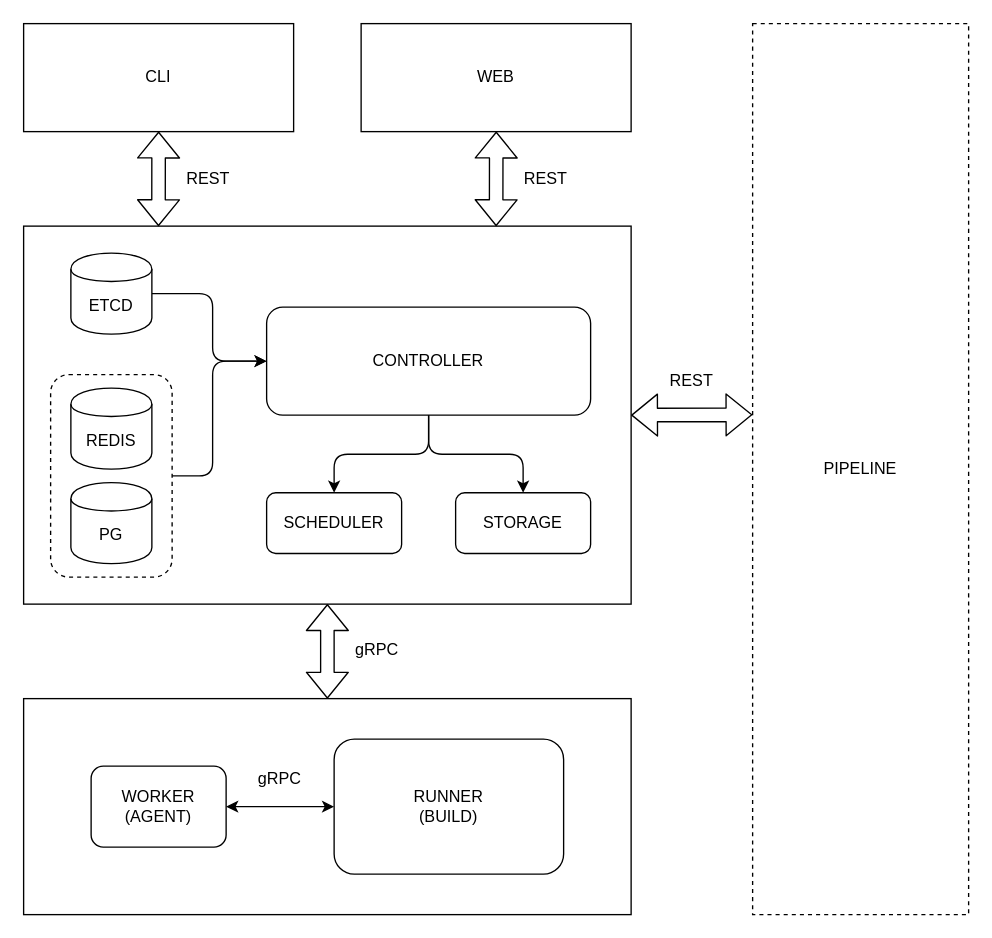
This is design.drawio from distbuild/manifest, a draw.io file, before an edit. Source tidied: cells renumbered, new cells numbered last; positions are measured from the earlier drawing's top-left corner, leaving out a move shared by most shapes. Both pictures are drawn from the tidied source at 135%, with x=0, y=0 at pixel (23, 23).
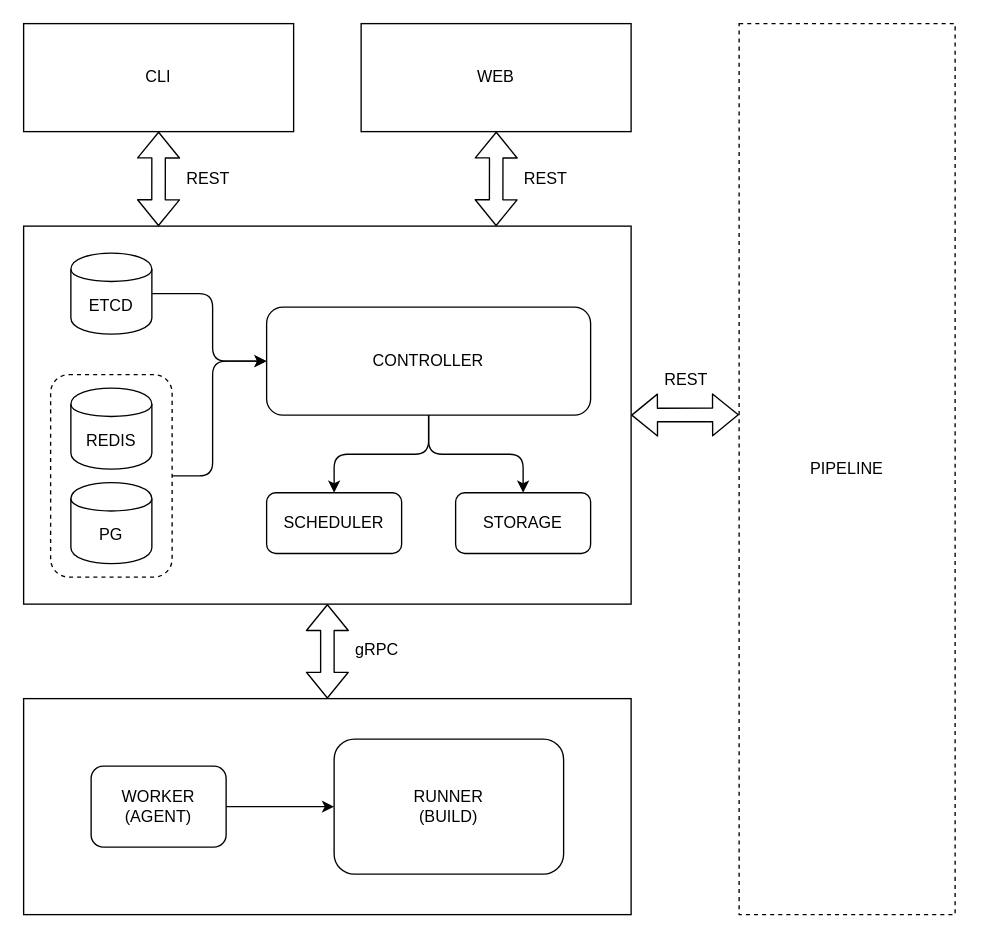
Above is the later version.

Unchanged cells that the change refers to:
```xml
<mxCell id="5" value="WORKER&lt;br&gt;(AGENT)" style="rounded=1;whiteSpace=wrap;html=1;" parent="1" vertex="1">
  <mxGeometry x="50" y="550" width="100" height="60" as="geometry" />
</mxCell>
<mxCell id="6" value="RUNNER&lt;br&gt;(BUILD)" style="rounded=1;whiteSpace=wrap;html=1;" parent="1" vertex="1">
  <mxGeometry x="230" y="530" width="170" height="100" as="geometry" />
</mxCell>
```

The edit, as a diff of the source:
```diff
@@
-    <mxCell id="11" style="endArrow=classic;startArrow=classic;html=1;entryX=0;entryY=0.5;entryDx=0;entryDy=0;exitX=1;exitY=0.5;exitDx=0;exitDy=0;" parent="1" edge="1" source="5" target="6">
-      <mxGeometry relative="1" as="geometry" />
-    </mxCell>
     <mxCell id="12" value="PIPELINE" style="rounded=0;whiteSpace=wrap;html=1;dashed=1;" parent="1" vertex="1">
-      <mxGeometry x="540" width="160" height="660" as="geometry" />
+      <mxGeometry x="530" width="160" height="660" as="geometry" />
     </mxCell>
@@
     <mxCell id="15" value="REST" style="text;html=1;strokeColor=none;fillColor=none;align=center;verticalAlign=middle;whiteSpace=wrap;rounded=0;" parent="1" vertex="1">
-      <mxGeometry x="475" y="255" width="40" height="20" as="geometry" />
+      <mxGeometry x="471" y="254" width="40" height="20" as="geometry" />
     </mxCell>
@@
-    <mxCell id="17" value="gRPC" style="text;html=1;strokeColor=none;fillColor=none;align=center;verticalAlign=middle;whiteSpace=wrap;rounded=0;" parent="1" vertex="1">
-      <mxGeometry x="170" y="550" width="40" height="20" as="geometry" />
-    </mxCell>
@@
+    <mxCell id="11" style="endArrow=classic;html=1;exitX=1;exitY=0.5;exitDx=0;exitDy=0;entryX=0;entryY=0.5;entryDx=0;entryDy=0;" parent="1" edge="1" source="5" target="6">
+      <mxGeometry relative="1" as="geometry" />
+    </mxCell>
```
